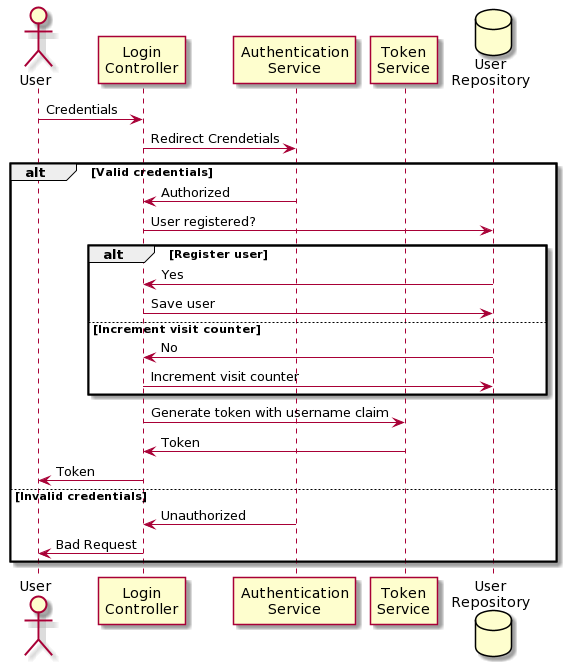
manoloesparta/lostinparadise keeps this PlantUML diagram as docs/login.png. Above is the earlier version.
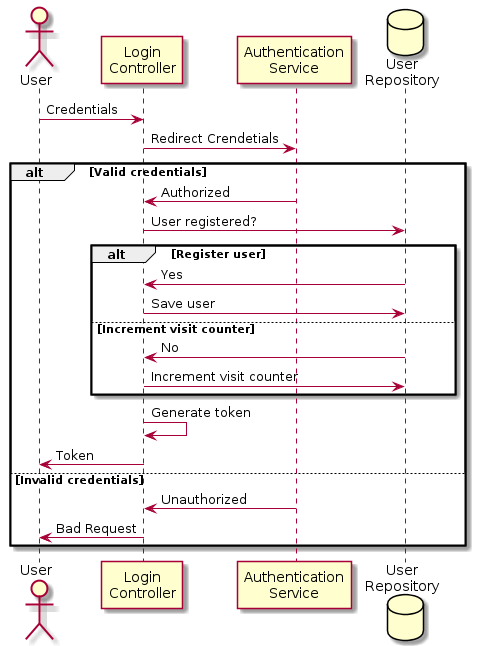
After the commit.

Change to the diagram source:
```diff
@@ -1,8 +1,8 @@
-@startuml
+@startuml Login Functionality
+
 actor User
 participant "Login\nController" as Controller
 participant "Authentication\nService" as AuthService
-participant "Token\nService" as TokenService
 database "User\nRepository" as UserRepo
 
 User -> Controller: Credentials
@@ -25,8 +25,7 @@
 
     end
 
-    Controller -> TokenService: Generate token with username claim
-    TokenService -> Controller: Token
+    Controller -> Controller: Generate token
     Controller -> User: Token
 
 else Invalid credentials
@@ -35,4 +34,5 @@
     Controller -> User: Bad Request
 
 end
+
 @enduml
```
